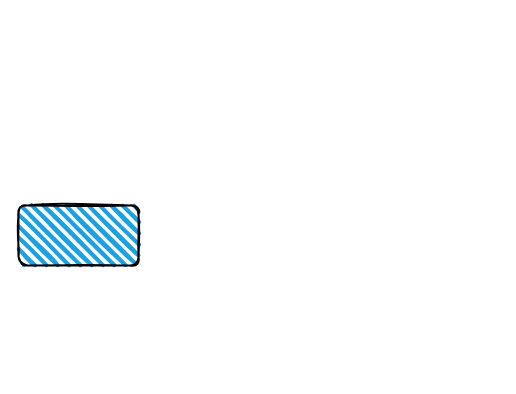
This is 未命名绘图.drawio from bigwhite37/dhelper, a draw.io file, before an edit. Source tidied: cells renumbered, new cells numbered last; positions are measured from the earlier drawing's top-left corner, leaving out a move shared by most shapes. Both pictures are drawn from the tidied source at 100%, with x=0, y=0 at pixel (18, 205).
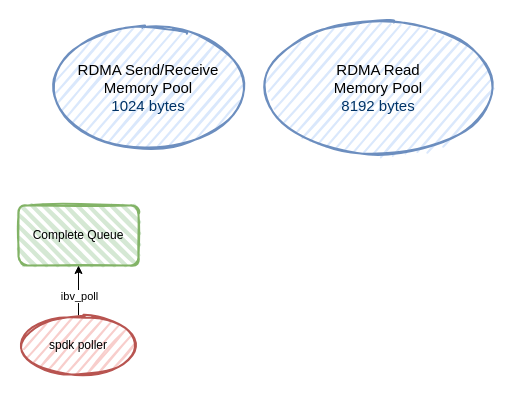
The same diagram, later.

What changed in the source:
```diff
@@
 <mxGraphModel>
   <root>
     <mxCell id="0" />
     <mxCell id="1" parent="0" />
-    <mxCell id="2" style="rounded=1;whiteSpace=wrap;html=1;strokeWidth=2;fillWeight=4;hachureGap=8;hachureAngle=45;fillColor=#1ba1e2;sketch=1;" parent="1" vertex="1">
+    <mxCell id="2" value="Complete Queue" style="rounded=1;whiteSpace=wrap;html=1;strokeWidth=2;fillWeight=4;hachureGap=8;hachureAngle=45;fillColor=#d5e8d4;sketch=1;strokeColor=#82b366;" parent="1" vertex="1">
       <mxGeometry width="120" height="60" as="geometry" />
     </mxCell>
+    <mxCell id="3" value="&lt;font style=&quot;font-size: 15px;&quot;&gt;RDMA Send/Receive&lt;br&gt;Memory Pool&lt;br&gt;&lt;font color=&quot;#003366&quot;&gt;1024 bytes&lt;/font&gt;&lt;br&gt;&lt;/font&gt;" style="ellipse;whiteSpace=wrap;html=1;strokeWidth=2;fillWeight=2;hachureGap=8;fillStyle=dots;sketch=1;fillColor=#dae8fc;strokeColor=#6c8ebf;" parent="1" vertex="1">
+      <mxGeometry x="30" y="-176.1" width="200" height="116.1" as="geometry" />
+    </mxCell>
+    <mxCell id="4" value="&lt;font style=&quot;font-size: 15px;&quot;&gt;RDMA Read&lt;br&gt;Memory Pool&lt;br&gt;&lt;font color=&quot;#003366&quot;&gt;8192 bytes&lt;/font&gt;&lt;br&gt;&lt;/font&gt;" style="ellipse;whiteSpace=wrap;html=1;strokeWidth=2;fillWeight=2;hachureGap=8;fillStyle=dots;sketch=1;fillColor=#dae8fc;strokeColor=#6c8ebf;shadow=0;" parent="1" vertex="1">
+      <mxGeometry x="240" y="-187.7" width="240" height="139.3" as="geometry" />
+    </mxCell>
+    <mxCell id="5" style="edgeStyle=orthogonalEdgeStyle;rounded=0;jettySize=auto;html=1;" parent="1" edge="1" source="7" target="2">
+      <mxGeometry relative="1" as="geometry" />
+    </mxCell>
+    <mxCell id="6" value="ibv_poll" style="edgeLabel;html=1;align=center;verticalAlign=middle;" parent="5" vertex="1">
+      <mxGeometry x="0.44" y="-2" relative="1" as="geometry">
+        <mxPoint x="-2" y="16" as="offset" />
+      </mxGeometry>
+    </mxCell>
+    <mxCell id="7" value="spdk poller" style="ellipse;whiteSpace=wrap;html=1;strokeWidth=2;fillWeight=2;hachureGap=8;fillColor=#f8cecc;fillStyle=dots;sketch=1;strokeColor=#b85450;" parent="1" vertex="1">
+      <mxGeometry y="110" width="120" height="60" as="geometry" />
+    </mxCell>
   </root>
 </mxGraphModel>
```
